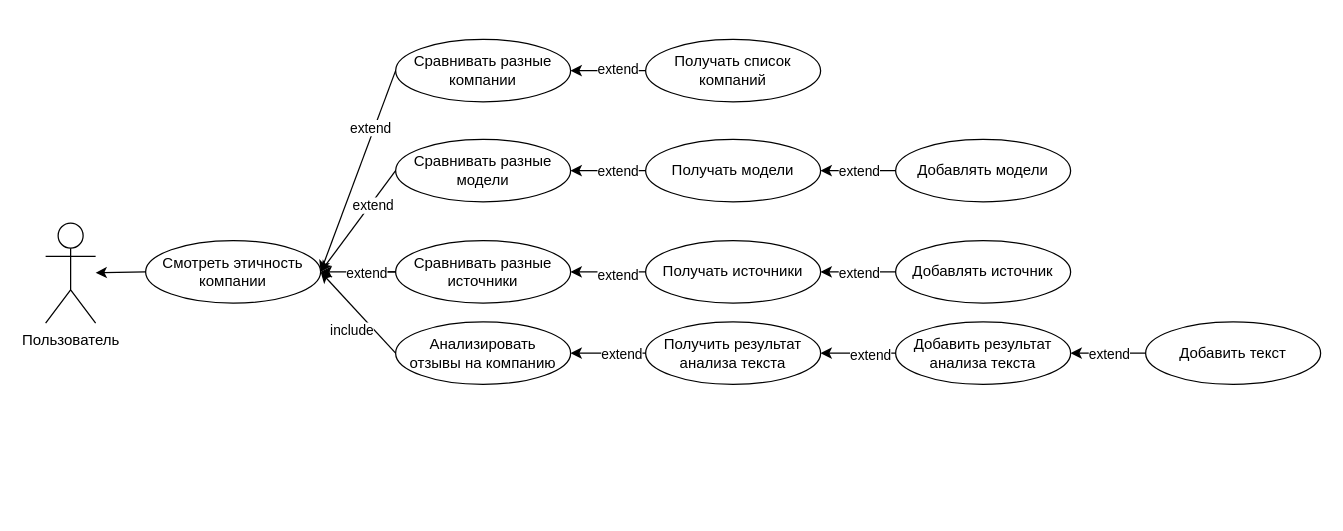
dudin-george/ESG_analysis keeps this draw.io diagram as page "Usecase" (1 of 3) of docs/img/Diagramms.drawio.xml. Above is the earlier version. Source tidied: cells renumbered, new cells numbered last; positions are measured from the earlier drawing's top-left corner, leaving out a move shared by most shapes. Both pictures are drawn from the tidied source at 125%, with x=0, y=0 at pixel (45, 39).
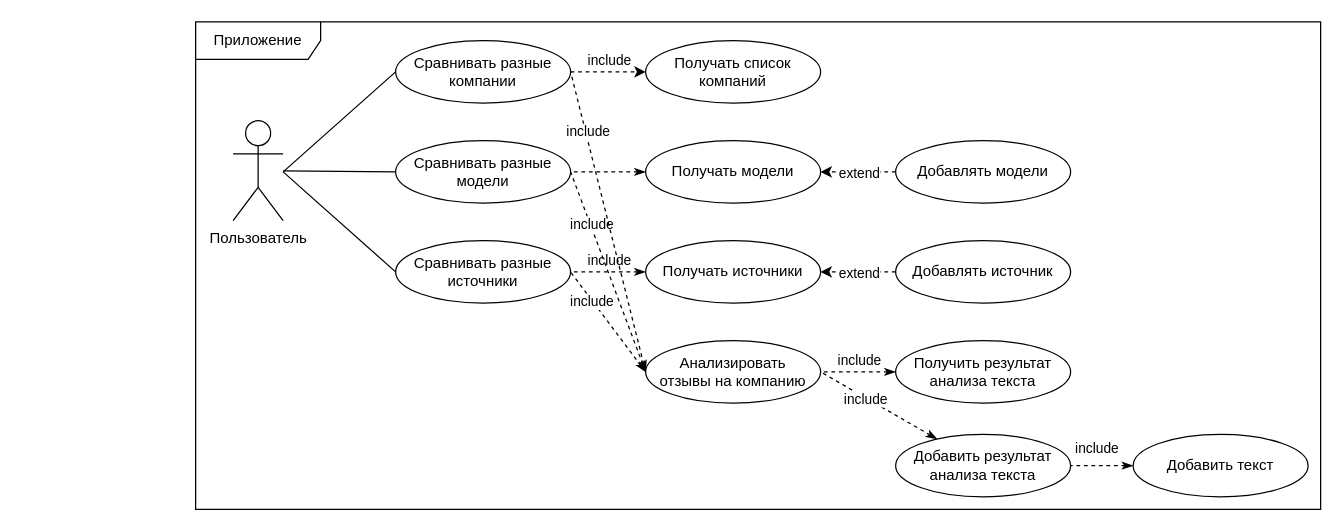
After the change.

The change refers to these unchanged cells:
```xml
<mxCell id="7" value="Сравнивать разные источники" style="ellipse;whiteSpace=wrap;html=1;" parent="1" vertex="1">
  <mxGeometry x="280" y="161" width="140" height="50" as="geometry" />
</mxCell>
<mxCell id="10" value="Получать источники" style="ellipse;whiteSpace=wrap;html=1;" parent="1" vertex="1">
  <mxGeometry x="480" y="161" width="140" height="50" as="geometry" />
</mxCell>
<mxCell id="11" value="Добавлять источник" style="ellipse;whiteSpace=wrap;html=1;" parent="1" vertex="1">
  <mxGeometry x="680" y="161" width="140" height="50" as="geometry" />
</mxCell>
```

Diff of the diagram source:
```diff
@@
-    <mxCell id="2" value="Смотреть этичность компании" style="ellipse;whiteSpace=wrap;html=1;" parent="1" vertex="1">
-      <mxGeometry x="80" y="161" width="140" height="50" as="geometry" />
-    </mxCell>
     <mxCell id="3" value="Пользователь" style="shape=umlActor;verticalLabelPosition=bottom;verticalAlign=top;html=1;outlineConnect=0;" parent="1" vertex="1">
-      <mxGeometry y="147" width="40" height="80" as="geometry" />
+      <mxGeometry x="150" y="65" width="40" height="80" as="geometry" />
     </mxCell>
+    <mxCell id="42" style="edgeStyle=none;rounded=0;jettySize=auto;html=1;startArrow=none;startFill=0;endArrow=classic;endFill=1;dashed=1;" parent="1" edge="1" source="4" target="8">
+      <mxGeometry relative="1" as="geometry" />
+    </mxCell>
+    <mxCell id="43" value="include" style="edgeLabel;html=1;align=center;verticalAlign=middle;" parent="42" vertex="1">
+      <mxGeometry x="-0.43" y="2" relative="1" as="geometry">
+        <mxPoint x="13" y="-8" as="offset" />
+      </mxGeometry>
+    </mxCell>
     <mxCell id="4" value="Сравнивать разные компании" style="ellipse;whiteSpace=wrap;html=1;" parent="1" vertex="1">
-      <mxGeometry x="280" width="140" height="50" as="geometry" />
+      <mxGeometry x="280" y="1" width="140" height="50" as="geometry" />
     </mxCell>
     <mxCell id="5" value="Сравнивать разные модели" style="ellipse;whiteSpace=wrap;html=1;" parent="1" vertex="1">
-      <mxGeometry x="280" y="80" width="140" height="50" as="geometry" />
+      <mxGeometry x="280" y="81" width="140" height="50" as="geometry" />
     </mxCell>
-    <mxCell id="6" style="edgeStyle=orthogonalEdgeStyle;rounded=0;jettySize=auto;html=1;" parent="1" edge="1" source="7">
-      <mxGeometry relative="1" as="geometry">
-        <mxPoint x="250" y="187" as="targetPoint" />
-      </mxGeometry>
-    </mxCell>
@@
     <mxCell id="8" value="Получать список компаний" style="ellipse;whiteSpace=wrap;html=1;" parent="1" vertex="1">
-      <mxGeometry x="480" width="140" height="50" as="geometry" />
+      <mxGeometry x="480" y="1" width="140" height="50" as="geometry" />
     </mxCell>
     <mxCell id="9" value="Получать модели" style="ellipse;whiteSpace=wrap;html=1;" parent="1" vertex="1">
-      <mxGeometry x="480" y="80" width="140" height="50" as="geometry" />
+      <mxGeometry x="480" y="81" width="140" height="50" as="geometry" />
     </mxCell>
@@
+    <mxCell id="44" style="rounded=0;jettySize=auto;html=1;entryX=1;entryY=0.5;entryDx=0;entryDy=0;startArrow=classicThin;startFill=1;endArrow=none;endFill=0;exitX=0;exitY=0.5;exitDx=0;exitDy=0;dashed=1;" parent="1" edge="1" source="12" target="7">
+      <mxGeometry relative="1" as="geometry" />
+    </mxCell>
+    <mxCell id="45" value="include" style="edgeLabel;html=1;align=center;verticalAlign=middle;" parent="44" vertex="1">
+      <mxGeometry x="0.44" y="1" relative="1" as="geometry" />
+    </mxCell>
     <mxCell id="12" value="Анализировать&lt;br&gt;отзывы на компанию" style="ellipse;whiteSpace=wrap;html=1;" parent="1" vertex="1">
-      <mxGeometry x="280" y="226" width="140" height="50" as="geometry" />
+      <mxGeometry x="480" y="241" width="140" height="50" as="geometry" />
     </mxCell>
     <mxCell id="13" value="Получить результат анализа текста" style="ellipse;whiteSpace=wrap;html=1;" parent="1" vertex="1">
-      <mxGeometry x="480" y="226" width="140" height="50" as="geometry" />
+      <mxGeometry x="680" y="241" width="140" height="50" as="geometry" />
     </mxCell>
-    <mxCell id="14" style="endArrow=classic;html=1;rounded=0;exitX=0;exitY=0.5;exitDx=0;exitDy=0;entryX=1;entryY=0.5;entryDx=0;entryDy=0;" parent="1" edge="1" source="5" target="2">
+    <mxCell id="14" style="endArrow=none;html=1;rounded=0;exitX=0;exitY=0.5;exitDx=0;exitDy=0;startArrow=none;startFill=0;endFill=0;" parent="1" edge="1" source="5" target="3">
       <mxGeometry relative="1" as="geometry" />
     </mxCell>
-    <mxCell id="15" value="extend" style="edgeLabel;html=1;align=center;verticalAlign=middle;" parent="14" vertex="1">
-      <mxGeometry x="-0.35" y="1" relative="1" as="geometry" />
-    </mxCell>
-    <mxCell id="16" style="endArrow=classic;html=1;rounded=0;exitX=0;exitY=0.5;exitDx=0;exitDy=0;" parent="1" edge="1" source="2" target="3">
-      <mxGeometry relative="1" as="geometry" />
-    </mxCell>
-    <mxCell id="17" style="endArrow=classic;html=1;rounded=0;exitX=0;exitY=0.5;exitDx=0;exitDy=0;entryX=1;entryY=0.5;entryDx=0;entryDy=0;" parent="1" edge="1" source="4" target="2">
-      <mxGeometry relative="1" as="geometry" />
+    <mxCell id="17" style="endArrow=none;html=1;rounded=0;exitX=0;exitY=0.5;exitDx=0;exitDy=0;startArrow=none;startFill=0;endFill=0;" parent="1" edge="1" source="4">
+      <mxGeometry relative="1" as="geometry">
+        <mxPoint x="190" y="106" as="targetPoint" />
+      </mxGeometry>
     </mxCell>
-    <mxCell id="18" value="extend" style="edgeLabel;html=1;align=center;verticalAlign=middle;" parent="17" vertex="1">
-      <mxGeometry x="-0.28" y="2" relative="1" as="geometry">
-        <mxPoint x="-1" y="-13" as="offset" />
-      </mxGeometry>
-    </mxCell>
-    <mxCell id="19" style="endArrow=classic;html=1;rounded=0;exitX=0;exitY=0.5;exitDx=0;exitDy=0;" parent="1" edge="1" source="7" target="2">
-      <mxGeometry relative="1" as="geometry" />
+    <mxCell id="19" style="endArrow=none;html=1;rounded=0;exitX=0;exitY=0.5;exitDx=0;exitDy=0;startArrow=none;startFill=0;endFill=0;" parent="1" edge="1" source="7">
+      <mxGeometry relative="1" as="geometry">
+        <mxPoint x="190" y="106" as="targetPoint" />
+      </mxGeometry>
     </mxCell>
-    <mxCell id="20" value="extend" style="edgeLabel;html=1;align=center;verticalAlign=middle;" parent="19" vertex="1">
-      <mxGeometry x="-0.31" y="1" relative="1" as="geometry">
-        <mxPoint x="-3" y="-1" as="offset" />
-      </mxGeometry>
-    </mxCell>
-    <mxCell id="21" style="endArrow=classic;html=1;rounded=0;exitX=0;exitY=0.5;exitDx=0;exitDy=0;entryX=1;entryY=0.5;entryDx=0;entryDy=0;" parent="1" edge="1" source="12" target="2">
-      <mxGeometry relative="1" as="geometry" />
-    </mxCell>
-    <mxCell id="22" value="include" style="edgeLabel;html=1;align=center;verticalAlign=middle;" parent="21" vertex="1">
-      <mxGeometry x="0.32" y="2" relative="1" as="geometry">
-        <mxPoint x="5" y="23" as="offset" />
-      </mxGeometry>
-    </mxCell>
-    <mxCell id="23" style="endArrow=classic;html=1;rounded=0;exitX=0;exitY=0.5;exitDx=0;exitDy=0;entryX=1;entryY=0.5;entryDx=0;entryDy=0;" parent="1" edge="1" source="8" target="4">
-      <mxGeometry relative="1" as="geometry" />
-    </mxCell>
-    <mxCell id="24" value="extend" style="edgeLabel;html=1;align=center;verticalAlign=middle;" parent="23" vertex="1">
-      <mxGeometry x="-0.23" y="-2" relative="1" as="geometry" />
-    </mxCell>
-    <mxCell id="25" style="endArrow=classic;html=1;rounded=0;exitX=0;exitY=0.5;exitDx=0;exitDy=0;entryX=1;entryY=0.5;entryDx=0;entryDy=0;" parent="1" edge="1" source="9" target="5">
+    <mxCell id="25" style="endArrow=none;html=1;rounded=0;exitX=0;exitY=0.5;exitDx=0;exitDy=0;entryX=1;entryY=0.5;entryDx=0;entryDy=0;startArrow=classicThin;startFill=1;endFill=0;dashed=1;" parent="1" edge="1" source="9" target="5">
       <mxGeometry relative="1" as="geometry" />
     </mxCell>
-    <mxCell id="26" value="extend" style="edgeLabel;html=1;align=center;verticalAlign=middle;" parent="25" vertex="1">
-      <mxGeometry x="-0.23" relative="1" as="geometry" />
-    </mxCell>
-    <mxCell id="27" style="endArrow=classic;html=1;rounded=0;exitX=0;exitY=0.5;exitDx=0;exitDy=0;entryX=1;entryY=0.5;entryDx=0;entryDy=0;" parent="1" edge="1" source="10" target="7">
+    <mxCell id="27" style="endArrow=none;html=1;rounded=0;exitX=0;exitY=0.5;exitDx=0;exitDy=0;entryX=1;entryY=0.5;entryDx=0;entryDy=0;startArrow=classicThin;startFill=1;endFill=0;dashed=1;" parent="1" edge="1" source="10" target="7">
       <mxGeometry relative="1" as="geometry" />
     </mxCell>
-    <mxCell id="28" value="extend" style="edgeLabel;html=1;align=center;verticalAlign=middle;" parent="27" vertex="1">
-      <mxGeometry x="-0.23" y="2" relative="1" as="geometry" />
-    </mxCell>
+    <mxCell id="46" value="include" style="edgeLabel;html=1;align=center;verticalAlign=middle;" parent="27" vertex="1">
+      <mxGeometry x="0.33" y="-1" relative="1" as="geometry">
+        <mxPoint x="10" y="-9" as="offset" />
+      </mxGeometry>
+    </mxCell>
-    <mxCell id="29" style="endArrow=classic;html=1;rounded=0;exitX=0;exitY=0.5;exitDx=0;exitDy=0;entryX=1;entryY=0.5;entryDx=0;entryDy=0;" parent="1" edge="1" source="13" target="12">
+    <mxCell id="29" style="endArrow=none;html=1;rounded=0;exitX=0;exitY=0.5;exitDx=0;exitDy=0;entryX=1;entryY=0.5;entryDx=0;entryDy=0;startArrow=classicThin;startFill=1;endFill=0;dashed=1;" parent="1" edge="1" source="13" target="12">
       <mxGeometry relative="1" as="geometry" />
     </mxCell>
-    <mxCell id="30" value="extend" style="edgeLabel;html=1;align=center;verticalAlign=middle;" parent="29" vertex="1">
-      <mxGeometry x="-0.46" y="1" relative="1" as="geometry">
-        <mxPoint x="-4" y="-1" as="offset" />
-      </mxGeometry>
-    </mxCell>
+    <mxCell id="47" value="include" style="edgeLabel;html=1;align=center;verticalAlign=middle;" parent="29" vertex="1">
+      <mxGeometry x="0.36" y="-2" relative="1" as="geometry">
+        <mxPoint x="11" y="-8" as="offset" />
+      </mxGeometry>
+    </mxCell>
-    <mxCell id="31" style="endArrow=classic;html=1;rounded=0;exitX=0;exitY=0.5;exitDx=0;exitDy=0;entryX=1;entryY=0.5;entryDx=0;entryDy=0;" parent="1" edge="1" source="11" target="10">
+    <mxCell id="31" style="endArrow=classic;html=1;rounded=0;exitX=0;exitY=0.5;exitDx=0;exitDy=0;entryX=1;entryY=0.5;entryDx=0;entryDy=0;dashed=1;" parent="1" edge="1" source="11" target="10">
       <mxGeometry relative="1" as="geometry" />
     </mxCell>
@@
     <mxCell id="33" value="Добавлять модели" style="ellipse;whiteSpace=wrap;html=1;" parent="1" vertex="1">
-      <mxGeometry x="680" y="80" width="140" height="50" as="geometry" />
+      <mxGeometry x="680" y="81" width="140" height="50" as="geometry" />
     </mxCell>
-    <mxCell id="34" style="endArrow=classic;html=1;rounded=0;exitX=0;exitY=0.5;exitDx=0;exitDy=0;entryX=1;entryY=0.5;entryDx=0;entryDy=0;" parent="1" edge="1" source="33" target="9">
+    <mxCell id="34" style="endArrow=classic;html=1;rounded=0;exitX=0;exitY=0.5;exitDx=0;exitDy=0;entryX=1;entryY=0.5;entryDx=0;entryDy=0;dashed=1;" parent="1" edge="1" source="33" target="9">
       <mxGeometry relative="1" as="geometry" />
     </mxCell>
@@
-    <mxCell id="36" style="rounded=0;jettySize=auto;html=1;entryX=1;entryY=0.5;entryDx=0;entryDy=0;" parent="1" edge="1" source="38" target="13">
+    <mxCell id="36" style="rounded=0;jettySize=auto;html=1;startArrow=classicThin;startFill=1;endArrow=none;endFill=0;dashed=1;entryX=1;entryY=0.5;entryDx=0;entryDy=0;" parent="1" edge="1" source="38" target="12">
       <mxGeometry relative="1" as="geometry" />
     </mxCell>
-    <mxCell id="37" value="extend" style="edgeLabel;html=1;align=center;verticalAlign=middle;" parent="36" vertex="1">
-      <mxGeometry x="-0.29" y="1" relative="1" as="geometry" />
-    </mxCell>
+    <mxCell id="48" value="include" style="edgeLabel;html=1;align=center;verticalAlign=middle;" parent="36" vertex="1">
+      <mxGeometry x="0.22" y="1" relative="1" as="geometry" />
+    </mxCell>
     <mxCell id="38" value="Добавить результат анализа текста" style="ellipse;whiteSpace=wrap;html=1;" parent="1" vertex="1">
-      <mxGeometry x="680" y="226" width="140" height="50" as="geometry" />
+      <mxGeometry x="680" y="316" width="140" height="50" as="geometry" />
     </mxCell>
-    <mxCell id="39" style="rounded=0;jettySize=auto;html=1;entryX=1;entryY=0.5;entryDx=0;entryDy=0;" parent="1" edge="1" source="41" target="38">
+    <mxCell id="39" style="rounded=0;jettySize=auto;html=1;entryX=1;entryY=0.5;entryDx=0;entryDy=0;startArrow=classicThin;startFill=1;endArrow=none;endFill=0;dashed=1;" parent="1" edge="1" source="41" target="38">
       <mxGeometry relative="1" as="geometry" />
     </mxCell>
-    <mxCell id="40" value="extend" style="edgeLabel;html=1;align=center;verticalAlign=middle;" parent="39" vertex="1">
-      <mxGeometry x="-0.29" y="2" relative="1" as="geometry">
-        <mxPoint x="-9" y="-2" as="offset" />
-      </mxGeometry>
-    </mxCell>
+    <mxCell id="49" value="include" style="edgeLabel;html=1;align=center;verticalAlign=middle;" parent="39" vertex="1">
+      <mxGeometry x="0.48" y="2" relative="1" as="geometry">
+        <mxPoint x="7" y="-17" as="offset" />
+      </mxGeometry>
+    </mxCell>
     <mxCell id="41" value="Добавить текст" style="ellipse;whiteSpace=wrap;html=1;" parent="1" vertex="1">
-      <mxGeometry x="880" y="226" width="140" height="50" as="geometry" />
+      <mxGeometry x="870" y="316" width="140" height="50" as="geometry" />
     </mxCell>
+    <mxCell id="50" style="rounded=0;jettySize=auto;html=1;entryX=1;entryY=0.5;entryDx=0;entryDy=0;startArrow=classicThin;startFill=1;endArrow=none;endFill=0;exitX=0;exitY=0.5;exitDx=0;exitDy=0;dashed=1;" parent="1" edge="1" source="12" target="5">
+      <mxGeometry relative="1" as="geometry" />
+    </mxCell>
+    <mxCell id="51" value="include" style="edgeLabel;html=1;align=center;verticalAlign=middle;" parent="50" vertex="1">
+      <mxGeometry x="0.48" y="-1" relative="1" as="geometry" />
+    </mxCell>
+    <mxCell id="52" style="rounded=0;jettySize=auto;html=1;entryX=1;entryY=0.5;entryDx=0;entryDy=0;startArrow=classicThin;startFill=1;endArrow=none;endFill=0;exitX=0;exitY=0.5;exitDx=0;exitDy=0;dashed=1;" parent="1" edge="1" source="12" target="4">
+      <mxGeometry relative="1" as="geometry" />
+    </mxCell>
+    <mxCell id="53" value="include" style="edgeLabel;html=1;align=center;verticalAlign=middle;" parent="52" vertex="1">
+      <mxGeometry x="0.6" y="-2" relative="1" as="geometry" />
+    </mxCell>
+    <mxCell id="54" value="Приложение" style="shape=umlFrame;whiteSpace=wrap;html=1;width=100;height=30;" parent="1" vertex="1">
+      <mxGeometry x="120" y="-14" width="900" height="390" as="geometry" />
+    </mxCell>
```
